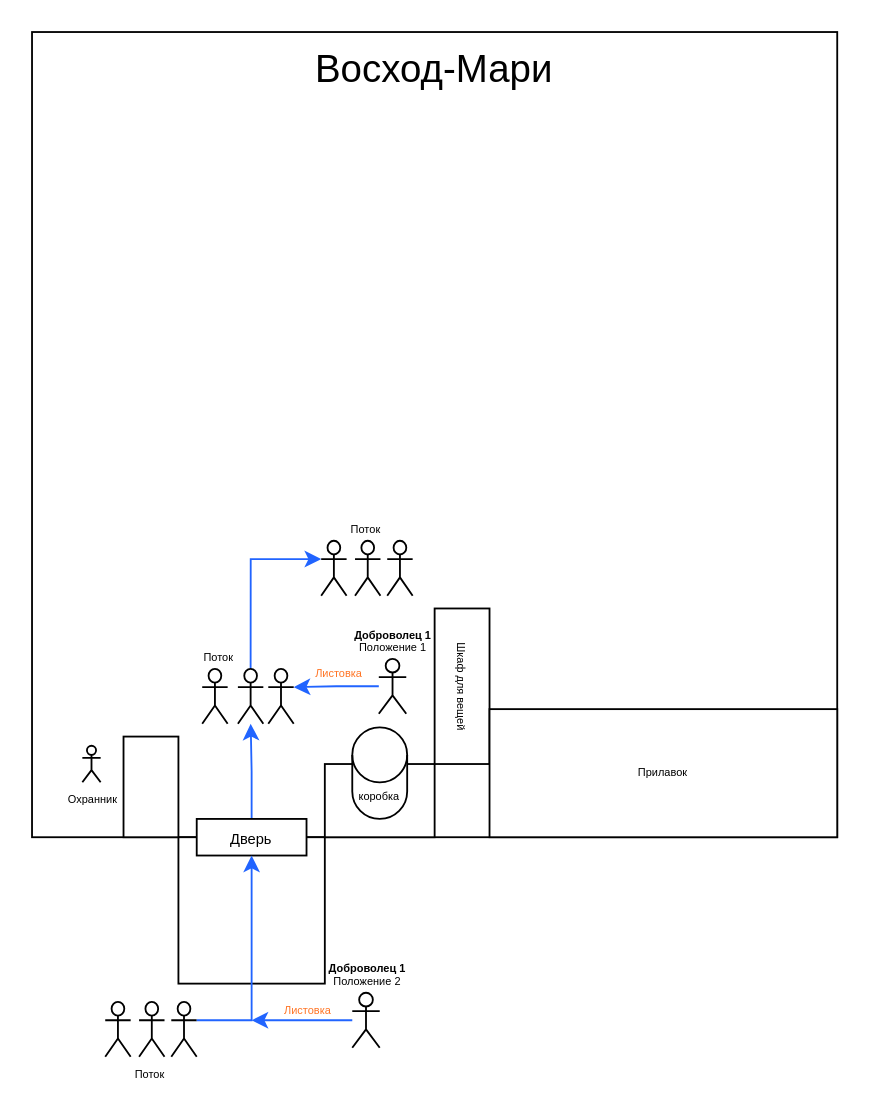
Above: Восход-Мари.drawio in humvee0543/new (draw.io), before the change. Source tidied: cells renumbered, new cells numbered last; positions are measured from the earlier drawing's top-left corner, leaving out a move shared by most shapes. Both pictures are drawn from the tidied source at 183%, with x=0, y=0 at pixel (31, 31).
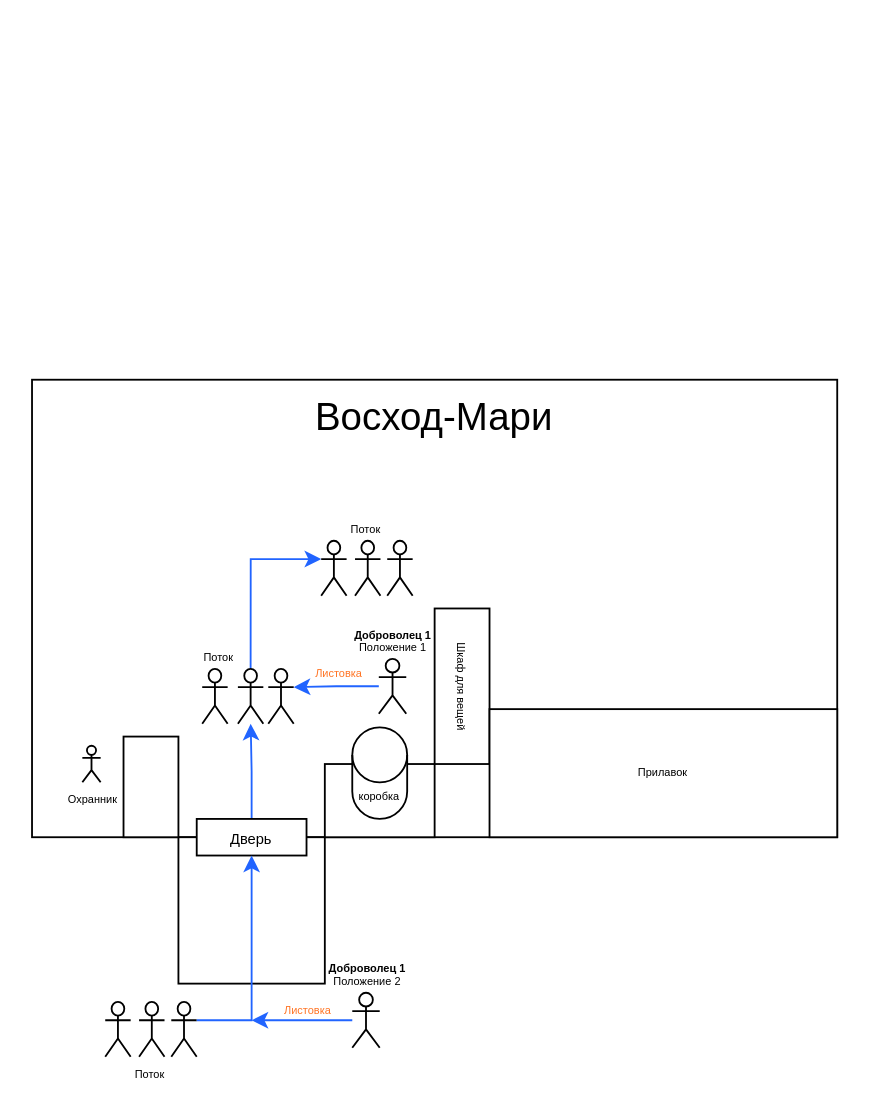
After the change.

What changed in the source:
```diff
@@
-    <mxCell id="2" style="whiteSpace=wrap;html=1;" parent="1" vertex="1">
-      <mxGeometry width="440" height="440" as="geometry" />
-    </mxCell>
+    <mxCell id="33" style="rounded=0;whiteSpace=wrap;html=1;fontSize=21;fontColor=#000000;" parent="1" vertex="1">
+      <mxGeometry y="190" width="440" height="250" as="geometry" />
+    </mxCell>
@@
     <mxCell id="28" value="&lt;font style=&quot;font-size: 21px;&quot; color=&quot;#000000&quot;&gt;Восход-Мари&lt;/font&gt;" style="text;html=1;strokeColor=none;fillColor=none;align=center;verticalAlign=middle;whiteSpace=wrap;rounded=0;fontSize=8;fontColor=#FF7424;" parent="1" vertex="1">
-      <mxGeometry width="440" height="40" as="geometry" />
+      <mxGeometry y="190" width="440" height="40" as="geometry" />
     </mxCell>
```
